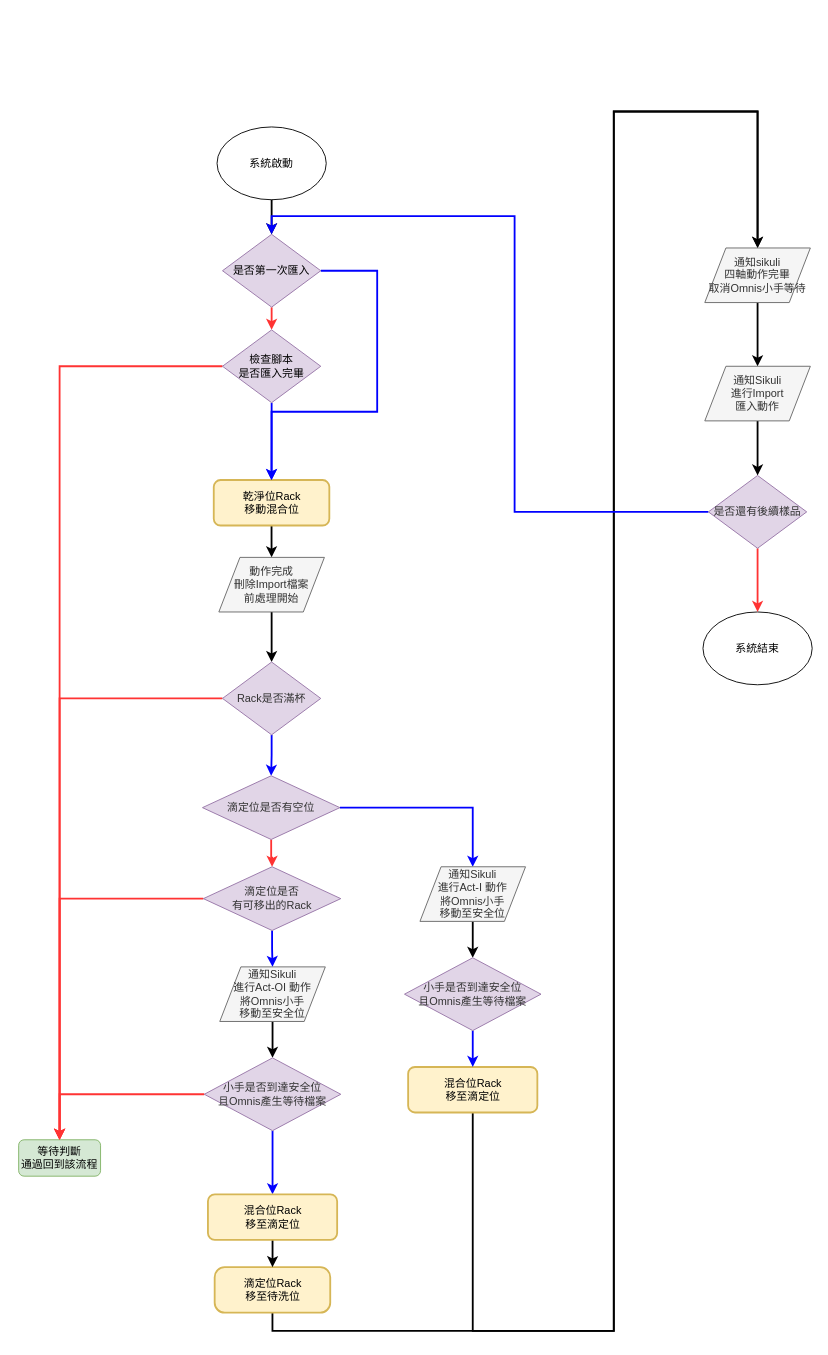
Above: 4Arm判斷機制.drawio in s26849/test (draw.io), before the change. Source tidied: cells renumbered, new cells numbered last; positions are measured from the earlier drawing's top-left corner, leaving out a move shared by most shapes. Both pictures are drawn from the tidied source at 91%, with x=0, y=0 at pixel (18, 111).
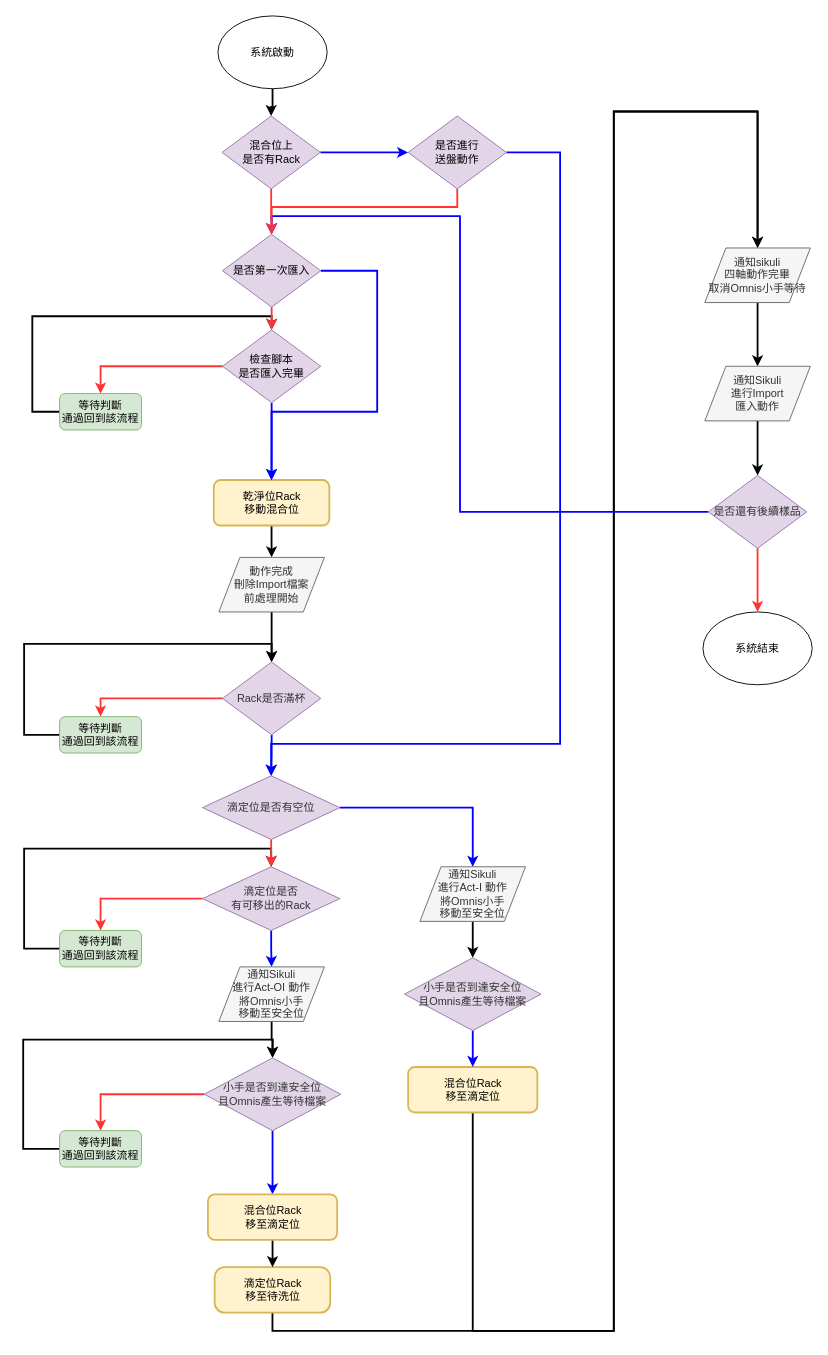
After the change.

Commit message:
更新4Arm判斷機制.drawio

Unchanged cells that the change refers to:
```xml
<mxCell id="10" value="是否第一次匯入" style="rhombus;whiteSpace=wrap;html=1;strokeColor=#9673a6;fillColor=#e1d5e7;" parent="1" vertex="1">
  <mxGeometry x="224" y="135" width="108" height="80" as="geometry" />
</mxCell>
<mxCell id="18" value="檢查腳本&lt;br&gt;是否匯入完畢" style="rhombus;whiteSpace=wrap;html=1;strokeColor=#9673a6;fillColor=#e1d5e7;" parent="1" vertex="1">
  <mxGeometry x="224" y="240" width="108" height="80" as="geometry" />
</mxCell>
<mxCell id="22" value="&lt;span style=&quot;color: rgb(51 , 51 , 51)&quot;&gt;Rack是否滿杯&lt;/span&gt;" style="rhombus;whiteSpace=wrap;html=1;strokeColor=#9673a6;fillColor=#e1d5e7;" parent="1" vertex="1">
  <mxGeometry x="224" y="605" width="108" height="80" as="geometry" />
</mxCell>
<mxCell id="27" value="&lt;font color=&quot;#333333&quot;&gt;小手是否到達安全位&lt;br&gt;且Omnis產生等待檔案&lt;br&gt;&lt;/font&gt;" style="rhombus;whiteSpace=wrap;html=1;strokeColor=#9673a6;fillColor=#e1d5e7;" parent="1" vertex="1">
  <mxGeometry x="204" y="1040" width="150" height="80" as="geometry" />
</mxCell>
<mxCell id="30" value="&lt;font color=&quot;#333333&quot;&gt;滴定位是否有空位&lt;br&gt;&lt;/font&gt;" style="rhombus;whiteSpace=wrap;html=1;strokeColor=#9673a6;fillColor=#e1d5e7;" parent="1" vertex="1">
  <mxGeometry x="202" y="730" width="151" height="70" as="geometry" />
</mxCell>
<mxCell id="46" value="&lt;font color=&quot;#333333&quot;&gt;是否還有後續樣品&lt;/font&gt;" style="rhombus;whiteSpace=wrap;html=1;strokeColor=#9673a6;fillColor=#e1d5e7;" parent="1" vertex="1">
  <mxGeometry x="758" y="400" width="108" height="80" as="geometry" />
</mxCell>
```

Diff of the diagram source:
```diff
@@
-    <mxCell id="8" style="edgeStyle=orthogonalEdgeStyle;rounded=0;jettySize=auto;html=1;entryX=0.5;entryY=0;entryDx=0;entryDy=0;strokeColor=#FF3333;strokeWidth=2;" parent="1" edge="1" source="10" target="18">
-      <mxGeometry relative="1" as="geometry" />
-    </mxCell>
@@
-    <mxCell id="12" style="edgeStyle=orthogonalEdgeStyle;rounded=0;jumpSize=10;jettySize=auto;html=1;entryX=0.5;entryY=0;entryDx=0;entryDy=0;strokeColor=#000000;strokeWidth=2;" parent="1" edge="1" source="13" target="10">
+    <mxCell id="12" style="edgeStyle=orthogonalEdgeStyle;rounded=0;jumpSize=10;jettySize=auto;html=1;entryX=0.5;entryY=0;entryDx=0;entryDy=0;strokeColor=#FF3333;strokeWidth=2;exitX=0.5;exitY=1;exitDx=0;exitDy=0;" parent="1" edge="1" source="57" target="10">
       <mxGeometry relative="1" as="geometry" />
     </mxCell>
+    <mxCell id="47" style="edgeStyle=orthogonalEdgeStyle;rounded=0;jumpSize=10;jettySize=auto;html=1;entryX=0.5;entryY=0;entryDx=0;entryDy=0;strokeColor=#000000;strokeWidth=2;" parent="1" edge="1" source="13" target="57">
+      <mxGeometry relative="1" as="geometry" />
+    </mxCell>
     <mxCell id="13" value="系統啟動&lt;br&gt;" style="ellipse;whiteSpace=wrap;html=1;strokeColor=#000000;fillColor=none;" parent="1" vertex="1">
-      <mxGeometry x="218" y="17" width="120" height="80" as="geometry" />
+      <mxGeometry x="219" y="-105" width="120" height="80" as="geometry" />
     </mxCell>
@@
+    <mxCell id="48" style="edgeStyle=orthogonalEdgeStyle;rounded=0;jumpSize=10;jettySize=auto;html=1;entryX=0.5;entryY=0;entryDx=0;entryDy=0;strokeColor=#000000;strokeWidth=2;" parent="1" edge="1" source="19" target="18">
+      <mxGeometry relative="1" as="geometry">
+        <Array as="points">
+          <mxPoint x="15" y="330" />
+          <mxPoint x="15" y="225" />
+          <mxPoint x="278" y="225" />
+        </Array>
+      </mxGeometry>
+    </mxCell>
     <mxCell id="19" value="等待判斷&lt;br&gt;通過回到該流程" style="rounded=1;whiteSpace=wrap;html=1;strokeColor=#82b366;fillColor=#d5e8d4;" parent="1" vertex="1">
-      <mxGeometry y="1130" width="90" height="40" as="geometry" />
+      <mxGeometry x="45" y="310" width="90" height="40" as="geometry" />
     </mxCell>
-    <mxCell id="20" style="edgeStyle=orthogonalEdgeStyle;rounded=0;jumpSize=10;jettySize=auto;html=1;entryX=0.5;entryY=0;entryDx=0;entryDy=0;strokeColor=#FF3333;strokeWidth=2;" parent="1" edge="1" source="22" target="19">
-      <mxGeometry relative="1" as="geometry">
-        <Array as="points">
-          <mxPoint x="45" y="645" />
-        </Array>
-      </mxGeometry>
-    </mxCell>
@@
+    <mxCell id="49" style="edgeStyle=orthogonalEdgeStyle;rounded=0;jumpSize=10;jettySize=auto;html=1;entryX=0.5;entryY=0;entryDx=0;entryDy=0;strokeColor=#FF3333;strokeWidth=2;" parent="1" edge="1" source="22" target="51">
+      <mxGeometry relative="1" as="geometry" />
+    </mxCell>
@@
     <mxCell id="24" value="通知Sikuli&lt;br&gt;進行Act-OI 動作&lt;br&gt;將Omnis小手&lt;br&gt;移動至安全位" style="shape=parallelogram;perimeter=parallelogramPerimeter;whiteSpace=wrap;html=1;strokeColor=#666666;fillColor=#f5f5f5;fontColor=#333333;" parent="1" vertex="1">
-      <mxGeometry x="221" y="940" width="116" height="60" as="geometry" />
+      <mxGeometry x="220" y="940" width="116" height="60" as="geometry" />
     </mxCell>
-    <mxCell id="25" style="edgeStyle=orthogonalEdgeStyle;rounded=0;jumpSize=10;jettySize=auto;html=1;entryX=0.5;entryY=0;entryDx=0;entryDy=0;strokeColor=#FF3333;strokeWidth=2;" parent="1" edge="1" source="27" target="19">
+    <mxCell id="25" style="edgeStyle=orthogonalEdgeStyle;rounded=0;jumpSize=10;jettySize=auto;html=1;strokeColor=#FF3333;strokeWidth=2;entryX=0.5;entryY=0;entryDx=0;entryDy=0;" parent="1" edge="1" source="27" target="55">
       <mxGeometry relative="1" as="geometry" />
     </mxCell>
@@
-    <mxCell id="28" style="edgeStyle=orthogonalEdgeStyle;rounded=0;jumpSize=10;jettySize=auto;html=1;strokeColor=#FF3333;strokeWidth=2;entryX=0.5;entryY=0;entryDx=0;entryDy=0;" parent="1" edge="1" source="30" target="33">
-      <mxGeometry relative="1" as="geometry" />
-    </mxCell>
@@
-    <mxCell id="31" style="edgeStyle=orthogonalEdgeStyle;rounded=0;jumpSize=10;jettySize=auto;html=1;entryX=0.5;entryY=0;entryDx=0;entryDy=0;strokeColor=#FF3333;strokeWidth=2;" parent="1" edge="1" source="33" target="19">
+    <mxCell id="31" style="edgeStyle=orthogonalEdgeStyle;rounded=0;jumpSize=10;jettySize=auto;html=1;strokeColor=#FF3333;strokeWidth=2;entryX=0.5;entryY=0;entryDx=0;entryDy=0;" parent="1" edge="1" source="33" target="53">
       <mxGeometry relative="1" as="geometry" />
     </mxCell>
@@
     <mxCell id="33" value="&lt;font color=&quot;#333333&quot;&gt;滴定位是否&lt;br&gt;有可移出的Rack&lt;br&gt;&lt;/font&gt;" style="rhombus;whiteSpace=wrap;html=1;strokeColor=#9673a6;fillColor=#e1d5e7;" parent="1" vertex="1">
-      <mxGeometry x="203" y="830" width="151" height="70" as="geometry" />
+      <mxGeometry x="202" y="830" width="151" height="70" as="geometry" />
     </mxCell>
@@
     <mxCell id="44" style="edgeStyle=orthogonalEdgeStyle;rounded=0;jumpSize=10;jettySize=auto;html=1;entryX=0.5;entryY=0;entryDx=0;entryDy=0;strokeColor=#0000FF;strokeWidth=2;" parent="1" edge="1" source="46" target="10">
-      <mxGeometry relative="1" as="geometry" />
+      <mxGeometry relative="1" as="geometry">
+        <Array as="points">
+          <mxPoint x="485" y="440" />
+          <mxPoint x="485" y="115" />
+          <mxPoint x="278" y="115" />
+        </Array>
+      </mxGeometry>
     </mxCell>
@@
+    <mxCell id="8" style="edgeStyle=orthogonalEdgeStyle;rounded=0;jettySize=auto;html=1;entryX=0.5;entryY=0;entryDx=0;entryDy=0;strokeColor=#FF3333;strokeWidth=2;" parent="1" edge="1" source="10" target="18">
+      <mxGeometry relative="1" as="geometry" />
+    </mxCell>
+    <mxCell id="50" style="edgeStyle=orthogonalEdgeStyle;rounded=0;jumpSize=10;jettySize=auto;html=1;entryX=0.5;entryY=0;entryDx=0;entryDy=0;strokeColor=#000000;strokeWidth=2;" parent="1" edge="1" source="51" target="22">
+      <mxGeometry relative="1" as="geometry">
+        <Array as="points">
+          <mxPoint x="6" y="685" />
+          <mxPoint x="6" y="585" />
+          <mxPoint x="278" y="585" />
+        </Array>
+      </mxGeometry>
+    </mxCell>
+    <mxCell id="51" value="等待判斷&lt;br&gt;通過回到該流程" style="rounded=1;whiteSpace=wrap;html=1;strokeColor=#82b366;fillColor=#d5e8d4;" parent="1" vertex="1">
+      <mxGeometry x="45" y="665" width="90" height="40" as="geometry" />
+    </mxCell>
+    <mxCell id="52" style="edgeStyle=orthogonalEdgeStyle;rounded=0;jumpSize=10;jettySize=auto;html=1;entryX=0.5;entryY=0;entryDx=0;entryDy=0;strokeColor=#000000;strokeWidth=2;" parent="1" edge="1" source="53" target="33">
+      <mxGeometry relative="1" as="geometry">
+        <Array as="points">
+          <mxPoint x="6" y="920" />
+          <mxPoint x="6" y="810" />
+          <mxPoint x="277" y="810" />
+        </Array>
+      </mxGeometry>
+    </mxCell>
+    <mxCell id="53" value="等待判斷&lt;br&gt;通過回到該流程" style="rounded=1;whiteSpace=wrap;html=1;strokeColor=#82b366;fillColor=#d5e8d4;" parent="1" vertex="1">
+      <mxGeometry x="45" y="900" width="90" height="40" as="geometry" />
+    </mxCell>
+    <mxCell id="54" style="edgeStyle=orthogonalEdgeStyle;rounded=0;jumpSize=10;jettySize=auto;html=1;entryX=0.5;entryY=0;entryDx=0;entryDy=0;strokeColor=#000000;strokeWidth=2;" parent="1" edge="1" source="55" target="27">
+      <mxGeometry relative="1" as="geometry">
+        <Array as="points">
+          <mxPoint x="5" y="1140" />
+          <mxPoint x="5" y="1020" />
+          <mxPoint x="279" y="1020" />
+        </Array>
+      </mxGeometry>
+    </mxCell>
+    <mxCell id="55" value="等待判斷&lt;br&gt;通過回到該流程" style="rounded=1;whiteSpace=wrap;html=1;strokeColor=#82b366;fillColor=#d5e8d4;" parent="1" vertex="1">
+      <mxGeometry x="45" y="1120" width="90" height="40" as="geometry" />
+    </mxCell>
+    <mxCell id="28" style="edgeStyle=orthogonalEdgeStyle;rounded=0;jumpSize=10;jettySize=auto;html=1;strokeColor=#FF3333;strokeWidth=2;entryX=0.5;entryY=0;entryDx=0;entryDy=0;" parent="1" edge="1" source="30" target="33">
+      <mxGeometry relative="1" as="geometry" />
+    </mxCell>
+    <mxCell id="56" style="edgeStyle=orthogonalEdgeStyle;rounded=0;jumpSize=10;jettySize=auto;html=1;entryX=0;entryY=0.5;entryDx=0;entryDy=0;strokeColor=#0000FF;strokeWidth=2;" parent="1" edge="1" source="57" target="60">
+      <mxGeometry relative="1" as="geometry" />
+    </mxCell>
+    <mxCell id="57" value="混合位上&lt;br&gt;是否有Rack" style="rhombus;whiteSpace=wrap;html=1;strokeColor=#9673a6;fillColor=#e1d5e7;" parent="1" vertex="1">
+      <mxGeometry x="223.5" y="5" width="108" height="80" as="geometry" />
+    </mxCell>
+    <mxCell id="58" style="edgeStyle=orthogonalEdgeStyle;rounded=0;jumpSize=10;jettySize=auto;html=1;entryX=0.5;entryY=0;entryDx=0;entryDy=0;strokeColor=#FF3333;strokeWidth=2;" parent="1" edge="1" source="60" target="10">
+      <mxGeometry relative="1" as="geometry">
+        <Array as="points">
+          <mxPoint x="482" y="105" />
+          <mxPoint x="278" y="105" />
+        </Array>
+      </mxGeometry>
+    </mxCell>
+    <mxCell id="59" style="edgeStyle=orthogonalEdgeStyle;rounded=0;jumpSize=10;jettySize=auto;html=1;strokeColor=#0000FF;strokeWidth=2;entryX=0.5;entryY=0;entryDx=0;entryDy=0;" parent="1" edge="1" source="60" target="30">
+      <mxGeometry relative="1" as="geometry">
+        <Array as="points">
+          <mxPoint x="595" y="45" />
+          <mxPoint x="595" y="695" />
+          <mxPoint x="278" y="695" />
+        </Array>
+      </mxGeometry>
+    </mxCell>
+    <mxCell id="60" value="是否進行&lt;br&gt;送盤動作" style="rhombus;whiteSpace=wrap;html=1;strokeColor=#9673a6;fillColor=#e1d5e7;" parent="1" vertex="1">
+      <mxGeometry x="428" y="5" width="108" height="80" as="geometry" />
+    </mxCell>
```
